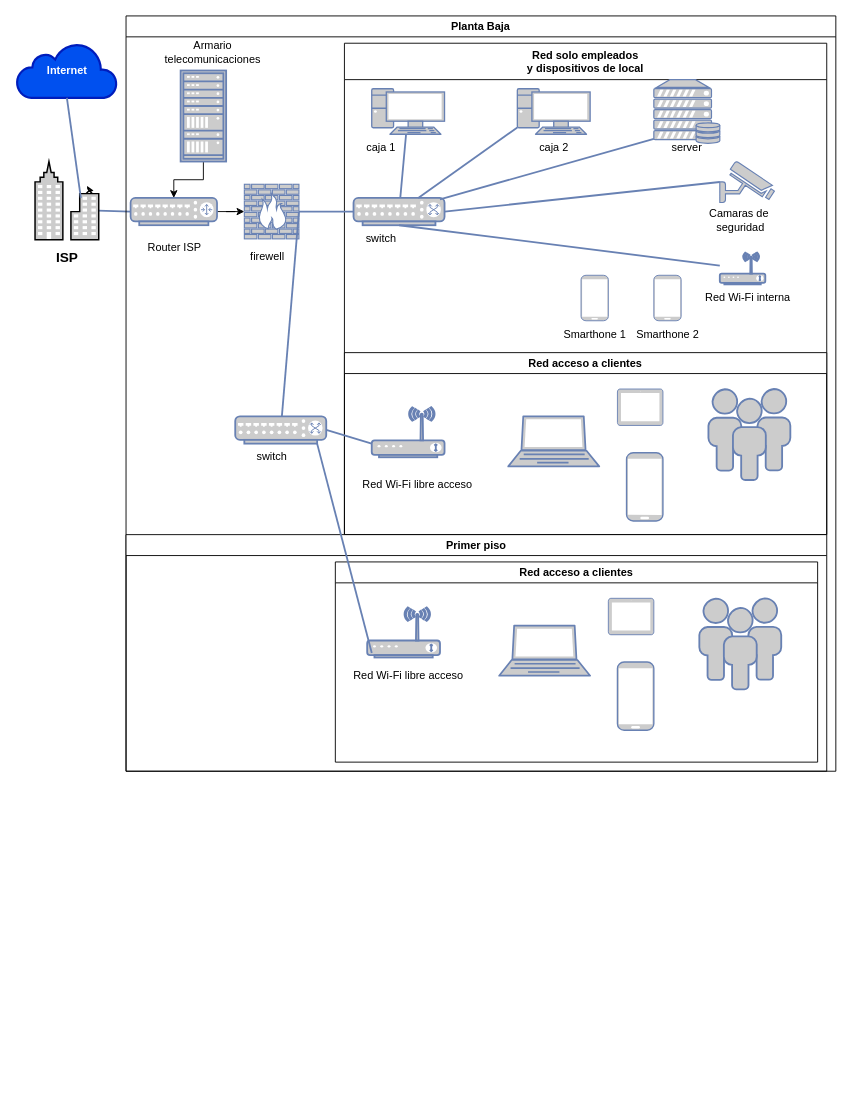
The draw.io diagram Diagrama-red5-Melgarejo.drawio in monick96/diagramasVarios, before the edit. Source tidied: cells renumbered, new cells numbered last; positions are measured from the earlier drawing's top-left corner, leaving out a move shared by most shapes. Both pictures are drawn from the tidied source at 91%, with x=0, y=0 at pixel (16, 15).
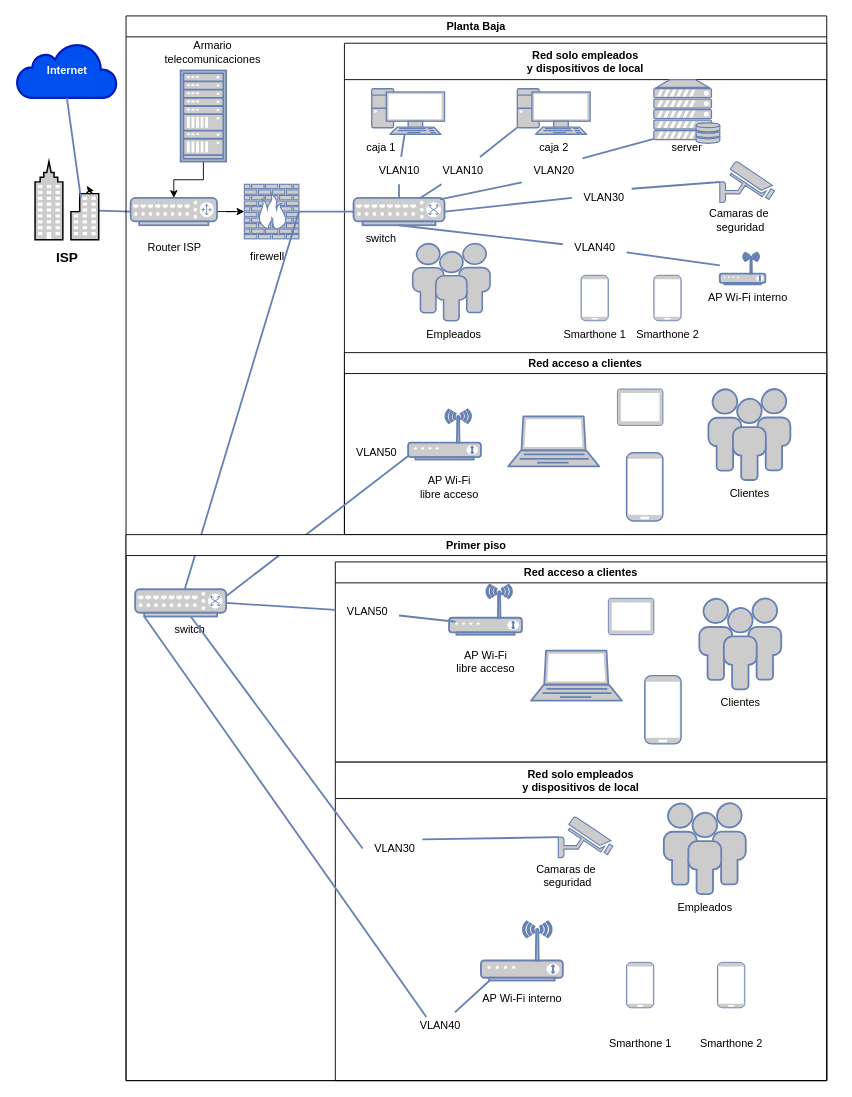
Above is the later version.

The change refers to these unchanged cells:
```xml
<mxCell id="15" value="Red solo empleados &#10;y dispositivos de local" style="swimlane;startSize=40;" parent="6" vertex="1">
  <mxGeometry x="240" y="30" width="530" height="540" as="geometry" />
</mxCell>
<mxCell id="18" style="fontColor=#0066CC;verticalAlign=top;verticalLabelPosition=bottom;labelPosition=center;align=center;html=1;outlineConnect=0;fillColor=#CCCCCC;strokeColor=#6881B3;gradientColor=none;gradientDirection=north;strokeWidth=2;shape=mxgraph.networks.server_storage;" parent="15" vertex="1">
  <mxGeometry x="340" y="40" width="72.5" height="70" as="geometry" />
</mxCell>
<mxCell id="19" style="fontColor=#0066CC;verticalAlign=top;verticalLabelPosition=bottom;labelPosition=center;align=center;html=1;outlineConnect=0;fillColor=#CCCCCC;strokeColor=#6881B3;gradientColor=none;gradientDirection=north;strokeWidth=2;shape=mxgraph.networks.security_camera;" parent="15" vertex="1">
  <mxGeometry x="412.5" y="130" width="60" height="45" as="geometry" />
</mxCell>
<mxCell id="23" style="fontColor=#0066CC;verticalAlign=top;verticalLabelPosition=bottom;labelPosition=center;align=center;html=1;outlineConnect=0;fillColor=#CCCCCC;strokeColor=#6881B3;gradientColor=none;gradientDirection=north;strokeWidth=2;shape=mxgraph.networks.switch;" parent="15" vertex="1">
  <mxGeometry x="10" y="170" width="100" height="30" as="geometry" />
</mxCell>
<mxCell id="24" style="fontColor=#0066CC;verticalAlign=top;verticalLabelPosition=bottom;labelPosition=center;align=center;html=1;outlineConnect=0;fillColor=#CCCCCC;strokeColor=#6881B3;gradientColor=none;gradientDirection=north;strokeWidth=2;shape=mxgraph.networks.pc;" parent="15" vertex="1">
  <mxGeometry x="30" y="50" width="80" height="50" as="geometry" />
</mxCell>
<mxCell id="28" style="fontColor=#0066CC;verticalAlign=top;verticalLabelPosition=bottom;labelPosition=center;align=center;html=1;outlineConnect=0;fillColor=#CCCCCC;strokeColor=#6881B3;gradientColor=none;gradientDirection=north;strokeWidth=2;shape=mxgraph.networks.pc;" parent="15" vertex="1">
  <mxGeometry x="190" y="50" width="80" height="50" as="geometry" />
</mxCell>
<mxCell id="32" style="fontColor=#0066CC;verticalAlign=top;verticalLabelPosition=bottom;labelPosition=center;align=center;html=1;outlineConnect=0;fillColor=#CCCCCC;strokeColor=#6881B3;gradientColor=none;gradientDirection=north;strokeWidth=2;shape=mxgraph.networks.wireless_modem;" parent="15" vertex="1">
  <mxGeometry x="412.5" y="230" width="50" height="35" as="geometry" />
</mxCell>
<mxCell id="37" value="Red acceso a clientes" style="swimlane;" parent="15" vertex="1">
  <mxGeometry y="340" width="530" height="200" as="geometry" />
</mxCell>
```

Diff of the diagram source:
```diff
@@
     <mxCell id="6" value="Planta Baja" style="swimlane;" parent="1" vertex="1">
-      <mxGeometry x="120" width="780" height="830" as="geometry" />
+      <mxGeometry x="120" width="770" height="1170" as="geometry" />
     </mxCell>
@@
-    <mxCell id="22" value="Red Wi-Fi interna" style="text;html=1;align=center;verticalAlign=middle;strokeColor=none;fillColor=none;" parent="15" vertex="1">
-      <mxGeometry x="382.5" y="265" width="120" height="30" as="geometry" />
+    <mxCell id="22" value="AP Wi-Fi interno" style="text;html=1;align=center;verticalAlign=middle;strokeColor=none;fillColor=none;" parent="15" vertex="1">
+      <mxGeometry x="387.5" y="265" width="110" height="30" as="geometry" />
     </mxCell>
@@
-    <mxCell id="25" style="edgeStyle=none;rounded=0;html=1;labelBackgroundColor=none;endArrow=none;strokeColor=#6881B3;strokeWidth=2;fontFamily=Verdana;fontSize=28;fontColor=#0066CC;" parent="15" edge="1" source="23" target="24">
+    <mxCell id="25" style="edgeStyle=none;rounded=0;html=1;labelBackgroundColor=none;endArrow=none;strokeColor=#6881B3;strokeWidth=2;fontFamily=Verdana;fontSize=28;fontColor=#0066CC;" parent="15" edge="1" source="61" target="24">
       <mxGeometry relative="1" as="geometry" />
     </mxCell>
@@
-    <mxCell id="27" style="edgeStyle=none;rounded=0;html=1;labelBackgroundColor=none;endArrow=none;strokeColor=#6881B3;strokeWidth=2;fontFamily=Verdana;fontSize=28;fontColor=#0066CC;exitX=0.95;exitY=0.05;exitDx=0;exitDy=0;exitPerimeter=0;entryX=0;entryY=0.93;entryDx=0;entryDy=0;entryPerimeter=0;" parent="15" edge="1" source="23" target="18">
+    <mxCell id="27" style="edgeStyle=none;rounded=0;html=1;labelBackgroundColor=none;endArrow=none;strokeColor=#6881B3;strokeWidth=2;fontFamily=Verdana;fontSize=28;fontColor=#0066CC;exitX=0.95;exitY=0.05;exitDx=0;exitDy=0;exitPerimeter=0;entryX=0;entryY=0.93;entryDx=0;entryDy=0;entryPerimeter=0;" parent="15" edge="1" source="65" target="18">
       <mxGeometry relative="1" as="geometry" />
     </mxCell>
@@
-    <mxCell id="29" style="edgeStyle=none;rounded=0;html=1;labelBackgroundColor=none;endArrow=none;strokeColor=#6881B3;strokeWidth=2;fontFamily=Verdana;fontSize=28;fontColor=#0066CC;entryX=0;entryY=0.85;entryDx=0;entryDy=0;entryPerimeter=0;" parent="15" edge="1" source="23" target="28">
+    <mxCell id="29" style="edgeStyle=none;rounded=0;html=1;labelBackgroundColor=none;endArrow=none;strokeColor=#6881B3;strokeWidth=2;fontFamily=Verdana;fontSize=28;fontColor=#0066CC;entryX=0;entryY=0.85;entryDx=0;entryDy=0;entryPerimeter=0;" parent="15" edge="1" source="63" target="28">
       <mxGeometry relative="1" as="geometry" />
     </mxCell>
@@
-    <mxCell id="31" style="edgeStyle=none;rounded=0;html=1;labelBackgroundColor=none;endArrow=none;strokeColor=#6881B3;strokeWidth=2;fontFamily=Verdana;fontSize=28;fontColor=#0066CC;exitX=1;exitY=0.5;exitDx=0;exitDy=0;exitPerimeter=0;entryX=0;entryY=0.5;entryDx=0;entryDy=0;entryPerimeter=0;" parent="15" edge="1" source="23" target="19">
+    <mxCell id="31" style="edgeStyle=none;rounded=0;html=1;labelBackgroundColor=none;endArrow=none;strokeColor=#6881B3;strokeWidth=2;fontFamily=Verdana;fontSize=28;fontColor=#0066CC;exitX=0.938;exitY=0.165;exitDx=0;exitDy=0;exitPerimeter=0;entryX=0;entryY=0.5;entryDx=0;entryDy=0;entryPerimeter=0;" parent="15" edge="1" source="67" target="19">
       <mxGeometry relative="1" as="geometry" />
     </mxCell>
@@
-    <mxCell id="33" style="edgeStyle=none;rounded=0;html=1;labelBackgroundColor=none;endArrow=none;strokeColor=#6881B3;strokeWidth=2;fontFamily=Verdana;fontSize=28;fontColor=#0066CC;exitX=0.5;exitY=1;exitDx=0;exitDy=0;exitPerimeter=0;" parent="15" edge="1" source="23" target="32">
+    <mxCell id="33" style="edgeStyle=none;rounded=0;html=1;labelBackgroundColor=none;endArrow=none;strokeColor=#6881B3;strokeWidth=2;fontFamily=Verdana;fontSize=28;fontColor=#0066CC;" parent="15" edge="1" source="69" target="32">
       <mxGeometry relative="1" as="geometry" />
     </mxCell>
@@
-    <mxCell id="38" value="Red Wi-Fi libre acceso" style="text;html=1;align=center;verticalAlign=middle;strokeColor=none;fillColor=none;" parent="37" vertex="1">
-      <mxGeometry x="10" y="130" width="140" height="30" as="geometry" />
+    <mxCell id="38" value="AP Wi-Fi &lt;br&gt;libre acceso" style="text;html=1;align=center;verticalAlign=middle;strokeColor=none;fillColor=none;" parent="37" vertex="1">
+      <mxGeometry x="70" y="127.5" width="90" height="40" as="geometry" />
     </mxCell>
@@
-    <mxCell id="43" style="fontColor=#0066CC;verticalAlign=top;verticalLabelPosition=bottom;labelPosition=center;align=center;html=1;outlineConnect=0;fillColor=#CCCCCC;strokeColor=#6881B3;gradientColor=none;gradientDirection=north;strokeWidth=2;shape=mxgraph.networks.wireless_modem;" parent="6" vertex="1">
-      <mxGeometry x="270" y="430" width="80" height="55" as="geometry" />
+    <mxCell id="43" style="fontColor=#0066CC;verticalAlign=top;verticalLabelPosition=bottom;labelPosition=center;align=center;html=1;outlineConnect=0;fillColor=#CCCCCC;strokeColor=#6881B3;gradientColor=none;gradientDirection=north;strokeWidth=2;shape=mxgraph.networks.wireless_modem;" parent="37" vertex="1">
+      <mxGeometry x="70" y="62.5" width="80" height="55" as="geometry" />
     </mxCell>
-    <mxCell id="44" style="fontColor=#0066CC;verticalAlign=top;verticalLabelPosition=bottom;labelPosition=center;align=center;html=1;outlineConnect=0;fillColor=#CCCCCC;strokeColor=#6881B3;gradientColor=none;gradientDirection=north;strokeWidth=2;shape=mxgraph.networks.switch;" parent="6" vertex="1">
-      <mxGeometry x="120" y="440" width="100" height="30" as="geometry" />
-    </mxCell>
+    <mxCell id="59" value="VLAN50" style="text;html=1;align=center;verticalAlign=middle;strokeColor=none;fillColor=none;" parent="37" vertex="1">
+      <mxGeometry y="95" width="70" height="30" as="geometry" />
+    </mxCell>
+    <mxCell id="47" style="edgeStyle=none;rounded=0;html=1;labelBackgroundColor=none;endArrow=none;strokeColor=#6881B3;strokeWidth=2;fontFamily=Verdana;fontSize=28;fontColor=#0066CC;entryX=0.95;entryY=0.05;entryDx=0;entryDy=0;entryPerimeter=0;exitX=0;exitY=0.727;exitDx=0;exitDy=0;exitPerimeter=0;" parent="37" edge="1">
+      <mxGeometry relative="1" as="geometry">
+        <mxPoint x="70" y="113.7" as="sourcePoint" />
+        <mxPoint x="-135" y="271.5" as="targetPoint" />
+      </mxGeometry>
+    </mxCell>
+    <mxCell id="60" value="Clientes" style="text;html=1;align=center;verticalAlign=middle;strokeColor=none;fillColor=none;" parent="37" vertex="1">
+      <mxGeometry x="410" y="140" width="70" height="30" as="geometry" />
+    </mxCell>
+    <mxCell id="61" value="VLAN10" style="text;html=1;align=center;verticalAlign=middle;points=[];strokeColor=none;fillColor=none;" parent="15" vertex="1">
+      <mxGeometry x="25" y="125" width="70" height="30" as="geometry" />
+    </mxCell>
+    <mxCell id="62" style="edgeStyle=none;rounded=0;html=1;labelBackgroundColor=none;endArrow=none;strokeColor=#6881B3;strokeWidth=2;fontFamily=Verdana;fontSize=28;fontColor=#0066CC;" parent="15" edge="1" source="23" target="61">
+      <mxGeometry relative="1" as="geometry" />
+    </mxCell>
+    <mxCell id="63" value="VLAN10" style="text;html=1;align=center;verticalAlign=middle;points=[];strokeColor=none;fillColor=none;" parent="15" vertex="1">
+      <mxGeometry x="95" y="125" width="70" height="30" as="geometry" />
+    </mxCell>
+    <mxCell id="64" style="edgeStyle=none;rounded=0;html=1;labelBackgroundColor=none;endArrow=none;strokeColor=#6881B3;strokeWidth=2;fontFamily=Verdana;fontSize=28;fontColor=#0066CC;" parent="15" edge="1" source="23" target="63">
+      <mxGeometry relative="1" as="geometry" />
+    </mxCell>
+    <mxCell id="65" value="VLAN20" style="text;html=1;align=center;verticalAlign=middle;points=[];strokeColor=none;fillColor=none;" parent="15" vertex="1">
+      <mxGeometry x="195" y="125" width="70" height="30" as="geometry" />
+    </mxCell>
+    <mxCell id="66" style="edgeStyle=none;rounded=0;html=1;labelBackgroundColor=none;endArrow=none;strokeColor=#6881B3;strokeWidth=2;fontFamily=Verdana;fontSize=28;fontColor=#0066CC;exitX=0.95;exitY=0.05;exitDx=0;exitDy=0;exitPerimeter=0;entryX=0;entryY=0.93;entryDx=0;entryDy=0;entryPerimeter=0;" parent="15" edge="1" source="23" target="65">
+      <mxGeometry relative="1" as="geometry" />
+    </mxCell>
+    <mxCell id="67" value="VLAN30" style="text;html=1;align=center;verticalAlign=middle;points=[];strokeColor=none;fillColor=none;" parent="15" vertex="1">
+      <mxGeometry x="250" y="155" width="70" height="30" as="geometry" />
+    </mxCell>
+    <mxCell id="68" style="edgeStyle=none;rounded=0;html=1;labelBackgroundColor=none;endArrow=none;strokeColor=#6881B3;strokeWidth=2;fontFamily=Verdana;fontSize=28;fontColor=#0066CC;exitX=1;exitY=0.5;exitDx=0;exitDy=0;exitPerimeter=0;entryX=0;entryY=0.5;entryDx=0;entryDy=0;entryPerimeter=0;" parent="15" edge="1" source="23" target="67">
+      <mxGeometry relative="1" as="geometry" />
+    </mxCell>
+    <mxCell id="69" value="VLAN40" style="text;html=1;align=center;verticalAlign=middle;points=[];strokeColor=none;fillColor=none;" parent="15" vertex="1">
+      <mxGeometry x="240" y="210" width="70" height="30" as="geometry" />
+    </mxCell>
+    <mxCell id="70" style="edgeStyle=none;rounded=0;html=1;labelBackgroundColor=none;endArrow=none;strokeColor=#6881B3;strokeWidth=2;fontFamily=Verdana;fontSize=28;fontColor=#0066CC;exitX=0.5;exitY=1;exitDx=0;exitDy=0;exitPerimeter=0;" parent="15" edge="1" source="23" target="69">
+      <mxGeometry relative="1" as="geometry" />
+    </mxCell>
+    <mxCell id="71" value="Empleados" style="text;html=1;align=center;verticalAlign=middle;strokeColor=none;fillColor=none;" parent="15" vertex="1">
+      <mxGeometry x="80" y="305" width="80" height="30" as="geometry" />
+    </mxCell>
+    <mxCell id="72" style="fontColor=#0066CC;verticalAlign=top;verticalLabelPosition=bottom;labelPosition=center;align=center;html=1;fillColor=#CCCCCC;strokeColor=#6881B3;gradientColor=none;gradientDirection=north;strokeWidth=2;shape=mxgraph.networks.users;" parent="15" vertex="1">
+      <mxGeometry x="75" y="220" width="85" height="85" as="geometry" />
+    </mxCell>
@@
-    <mxCell id="47" style="edgeStyle=none;rounded=0;html=1;labelBackgroundColor=none;endArrow=none;strokeColor=#6881B3;strokeWidth=2;fontFamily=Verdana;fontSize=28;fontColor=#0066CC;entryX=1;entryY=0.5;entryDx=0;entryDy=0;entryPerimeter=0;exitX=0;exitY=0.727;exitDx=0;exitDy=0;exitPerimeter=0;" parent="6" edge="1" source="43" target="44">
-      <mxGeometry relative="1" as="geometry" />
-    </mxCell>
-    <mxCell id="48" value="switch" style="text;html=1;align=center;verticalAlign=middle;strokeColor=none;fillColor=none;" parent="6" vertex="1">
-      <mxGeometry x="130" y="470" width="60" height="30" as="geometry" />
-    </mxCell>
     <mxCell id="49" value="Primer piso" style="swimlane;" parent="6" vertex="1">
-      <mxGeometry y="570" width="770" height="260" as="geometry" />
+      <mxGeometry y="570" width="770" height="600" as="geometry" />
     </mxCell>
     <mxCell id="50" value="Red acceso a clientes" style="swimlane;" parent="49" vertex="1">
-      <mxGeometry x="230" y="30" width="530" height="220" as="geometry" />
+      <mxGeometry x="230" y="30" width="540" height="220" as="geometry" />
     </mxCell>
-    <mxCell id="51" value="Red Wi-Fi libre acceso" style="text;html=1;align=center;verticalAlign=middle;strokeColor=none;fillColor=none;" parent="50" vertex="1">
-      <mxGeometry x="10" y="110" width="140" height="30" as="geometry" />
+    <mxCell id="51" value="AP Wi-Fi &lt;br&gt;libre acceso" style="text;html=1;align=center;verticalAlign=middle;strokeColor=none;fillColor=none;" parent="50" vertex="1">
+      <mxGeometry x="120" y="90" width="90" height="40" as="geometry" />
     </mxCell>
@@
     <mxCell id="54" style="fontColor=#0066CC;verticalAlign=top;verticalLabelPosition=bottom;labelPosition=center;align=center;html=1;fillColor=#CCCCCC;strokeColor=#6881B3;gradientColor=none;gradientDirection=north;strokeWidth=2;shape=mxgraph.networks.mobile;" parent="50" vertex="1">
-      <mxGeometry x="310" y="110" width="40" height="75" as="geometry" />
+      <mxGeometry x="340" y="125" width="40" height="75" as="geometry" />
     </mxCell>
     <mxCell id="55" style="fontColor=#0066CC;verticalAlign=top;verticalLabelPosition=bottom;labelPosition=center;align=center;html=1;fillColor=#CCCCCC;strokeColor=#6881B3;gradientColor=none;gradientDirection=north;strokeWidth=2;shape=mxgraph.networks.laptop;" parent="50" vertex="1">
-      <mxGeometry x="180" y="70" width="100" height="55" as="geometry" />
+      <mxGeometry x="215" y="97.5" width="100" height="55" as="geometry" />
     </mxCell>
     <mxCell id="56" style="fontColor=#0066CC;verticalAlign=top;verticalLabelPosition=bottom;labelPosition=center;align=center;html=1;outlineConnect=0;fillColor=#CCCCCC;strokeColor=#6881B3;gradientColor=none;gradientDirection=north;strokeWidth=2;shape=mxgraph.networks.wireless_modem;" parent="50" vertex="1">
-      <mxGeometry x="35" y="50" width="80" height="55" as="geometry" />
+      <mxGeometry x="125" y="25" width="80" height="55" as="geometry" />
     </mxCell>
+    <mxCell id="73" value="Clientes" style="text;html=1;align=center;verticalAlign=middle;strokeColor=none;fillColor=none;" parent="50" vertex="1">
+      <mxGeometry x="410" y="140" width="70" height="30" as="geometry" />
+    </mxCell>
+    <mxCell id="74" value="Red solo empleados &#10;y dispositivos de local" style="swimlane;startSize=40;" parent="49" vertex="1">
+      <mxGeometry x="230" y="250" width="540" height="350" as="geometry" />
+    </mxCell>
+    <mxCell id="75" style="fontColor=#0066CC;verticalAlign=top;verticalLabelPosition=bottom;labelPosition=center;align=center;html=1;fillColor=#CCCCCC;strokeColor=#6881B3;gradientColor=none;gradientDirection=north;strokeWidth=2;shape=mxgraph.networks.mobile;" parent="74" vertex="1">
+      <mxGeometry x="320" y="220" width="30" height="50" as="geometry" />
+    </mxCell>
+    <mxCell id="76" style="fontColor=#0066CC;verticalAlign=top;verticalLabelPosition=bottom;labelPosition=center;align=center;html=1;fillColor=#CCCCCC;strokeColor=#6881B3;gradientColor=none;gradientDirection=north;strokeWidth=2;shape=mxgraph.networks.mobile;" parent="74" vertex="1">
+      <mxGeometry x="420" y="220" width="30" height="50" as="geometry" />
+    </mxCell>
+    <mxCell id="77" style="fontColor=#0066CC;verticalAlign=top;verticalLabelPosition=bottom;labelPosition=center;align=center;html=1;outlineConnect=0;fillColor=#CCCCCC;strokeColor=#6881B3;gradientColor=none;gradientDirection=north;strokeWidth=2;shape=mxgraph.networks.security_camera;" parent="74" vertex="1">
+      <mxGeometry x="245" y="60" width="60" height="45" as="geometry" />
+    </mxCell>
+    <mxCell id="78" value="Camaras de&amp;nbsp;&lt;br&gt;seguridad" style="text;html=1;align=center;verticalAlign=middle;strokeColor=none;fillColor=none;" parent="74" vertex="1">
+      <mxGeometry x="210" y="105" width="90" height="40" as="geometry" />
+    </mxCell>
+    <mxCell id="79" value="AP Wi-Fi interno" style="text;html=1;align=center;verticalAlign=middle;strokeColor=none;fillColor=none;" parent="74" vertex="1">
+      <mxGeometry x="150" y="245" width="110" height="30" as="geometry" />
+    </mxCell>
+    <mxCell id="80" style="edgeStyle=none;rounded=0;html=1;labelBackgroundColor=none;endArrow=none;strokeColor=#6881B3;strokeWidth=2;fontFamily=Verdana;fontSize=28;fontColor=#0066CC;exitX=0.938;exitY=0.165;exitDx=0;exitDy=0;exitPerimeter=0;entryX=0;entryY=0.5;entryDx=0;entryDy=0;entryPerimeter=0;" parent="74" edge="1" source="85" target="77">
+      <mxGeometry relative="1" as="geometry" />
+    </mxCell>
+    <mxCell id="81" style="fontColor=#0066CC;verticalAlign=top;verticalLabelPosition=bottom;labelPosition=center;align=center;html=1;outlineConnect=0;fillColor=#CCCCCC;strokeColor=#6881B3;gradientColor=none;gradientDirection=north;strokeWidth=2;shape=mxgraph.networks.wireless_modem;" parent="74" vertex="1">
+      <mxGeometry x="160" y="175" width="90" height="65" as="geometry" />
+    </mxCell>
+    <mxCell id="82" style="edgeStyle=none;rounded=0;html=1;labelBackgroundColor=none;endArrow=none;strokeColor=#6881B3;strokeWidth=2;fontFamily=Verdana;fontSize=28;fontColor=#0066CC;" parent="74" edge="1" source="86" target="81">
+      <mxGeometry relative="1" as="geometry" />
+    </mxCell>
+    <mxCell id="83" value="Smarthone 1" style="text;html=1;align=center;verticalAlign=middle;strokeColor=none;fillColor=none;" parent="74" vertex="1">
+      <mxGeometry x="290" y="295" width="90" height="30" as="geometry" />
+    </mxCell>
+    <mxCell id="84" value="Smarthone 2" style="text;html=1;align=center;verticalAlign=middle;strokeColor=none;fillColor=none;" parent="74" vertex="1">
+      <mxGeometry x="390" y="295" width="90" height="30" as="geometry" />
+    </mxCell>
+    <mxCell id="85" value="VLAN30" style="text;html=1;align=center;verticalAlign=middle;points=[];strokeColor=none;fillColor=none;" parent="74" vertex="1">
+      <mxGeometry x="30" y="80" width="70" height="30" as="geometry" />
+    </mxCell>
+    <mxCell id="86" value="VLAN40" style="text;html=1;align=center;verticalAlign=middle;points=[];strokeColor=none;fillColor=none;" parent="74" vertex="1">
+      <mxGeometry x="80" y="275" width="70" height="30" as="geometry" />
+    </mxCell>
+    <mxCell id="87" style="fontColor=#0066CC;verticalAlign=top;verticalLabelPosition=bottom;labelPosition=center;align=center;html=1;fillColor=#CCCCCC;strokeColor=#6881B3;gradientColor=none;gradientDirection=north;strokeWidth=2;shape=mxgraph.networks.users;" parent="74" vertex="1">
+      <mxGeometry x="361" y="45" width="90" height="100" as="geometry" />
+    </mxCell>
+    <mxCell id="88" value="Empleados" style="text;html=1;align=center;verticalAlign=middle;strokeColor=none;fillColor=none;" parent="74" vertex="1">
+      <mxGeometry x="366" y="145" width="80" height="30" as="geometry" />
+    </mxCell>
+    <mxCell id="44" style="fontColor=#0066CC;verticalAlign=top;verticalLabelPosition=bottom;labelPosition=center;align=center;html=1;outlineConnect=0;fillColor=#CCCCCC;strokeColor=#6881B3;gradientColor=none;gradientDirection=north;strokeWidth=2;shape=mxgraph.networks.switch;" parent="49" vertex="1">
+      <mxGeometry x="10" y="60" width="100" height="30" as="geometry" />
+    </mxCell>
+    <mxCell id="48" value="switch" style="text;html=1;align=center;verticalAlign=middle;strokeColor=none;fillColor=none;" parent="49" vertex="1">
+      <mxGeometry x="40" y="90" width="60" height="30" as="geometry" />
+    </mxCell>
+    <mxCell id="89" style="edgeStyle=none;rounded=0;html=1;labelBackgroundColor=none;endArrow=none;strokeColor=#6881B3;strokeWidth=2;fontFamily=Verdana;fontSize=28;fontColor=#0066CC;entryX=0;entryY=0.5;entryDx=0;entryDy=0;entryPerimeter=0;" parent="49" edge="1" source="44" target="85">
+      <mxGeometry relative="1" as="geometry" />
+    </mxCell>
+    <mxCell id="90" style="edgeStyle=none;rounded=0;html=1;labelBackgroundColor=none;endArrow=none;strokeColor=#6881B3;strokeWidth=2;fontFamily=Verdana;fontSize=28;fontColor=#0066CC;exitX=0.1;exitY=1;exitDx=0;exitDy=0;exitPerimeter=0;" parent="49" edge="1" source="44">
+      <mxGeometry relative="1" as="geometry">
+        <mxPoint x="330" y="530" as="targetPoint" />
+      </mxGeometry>
+    </mxCell>
-    <mxCell id="57" style="edgeStyle=none;rounded=0;html=1;labelBackgroundColor=none;endArrow=none;strokeColor=#6881B3;strokeWidth=2;fontFamily=Verdana;fontSize=28;fontColor=#0066CC;exitX=0.063;exitY=0.909;exitDx=0;exitDy=0;exitPerimeter=0;entryX=0.9;entryY=1;entryDx=0;entryDy=0;entryPerimeter=0;" parent="6" edge="1" source="56" target="44">
+    <mxCell id="57" style="edgeStyle=none;rounded=0;html=1;labelBackgroundColor=none;endArrow=none;strokeColor=#6881B3;strokeWidth=2;fontFamily=Verdana;fontSize=28;fontColor=#0066CC;entryX=1;entryY=0.5;entryDx=0;entryDy=0;entryPerimeter=0;" parent="6" edge="1" source="91" target="44">
       <mxGeometry relative="1" as="geometry" />
     </mxCell>
+    <mxCell id="91" value="VLAN50" style="text;html=1;align=center;verticalAlign=middle;points=[];strokeColor=none;fillColor=none;" parent="6" vertex="1">
+      <mxGeometry x="230" y="640" width="70" height="30" as="geometry" />
+    </mxCell>
+    <mxCell id="92" style="edgeStyle=none;rounded=0;html=1;labelBackgroundColor=none;endArrow=none;strokeColor=#6881B3;strokeWidth=2;fontFamily=Verdana;fontSize=28;fontColor=#0066CC;exitX=0.088;exitY=0.741;exitDx=0;exitDy=0;exitPerimeter=0;" parent="6" edge="1" source="56" target="91">
+      <mxGeometry relative="1" as="geometry" />
+    </mxCell>
```
